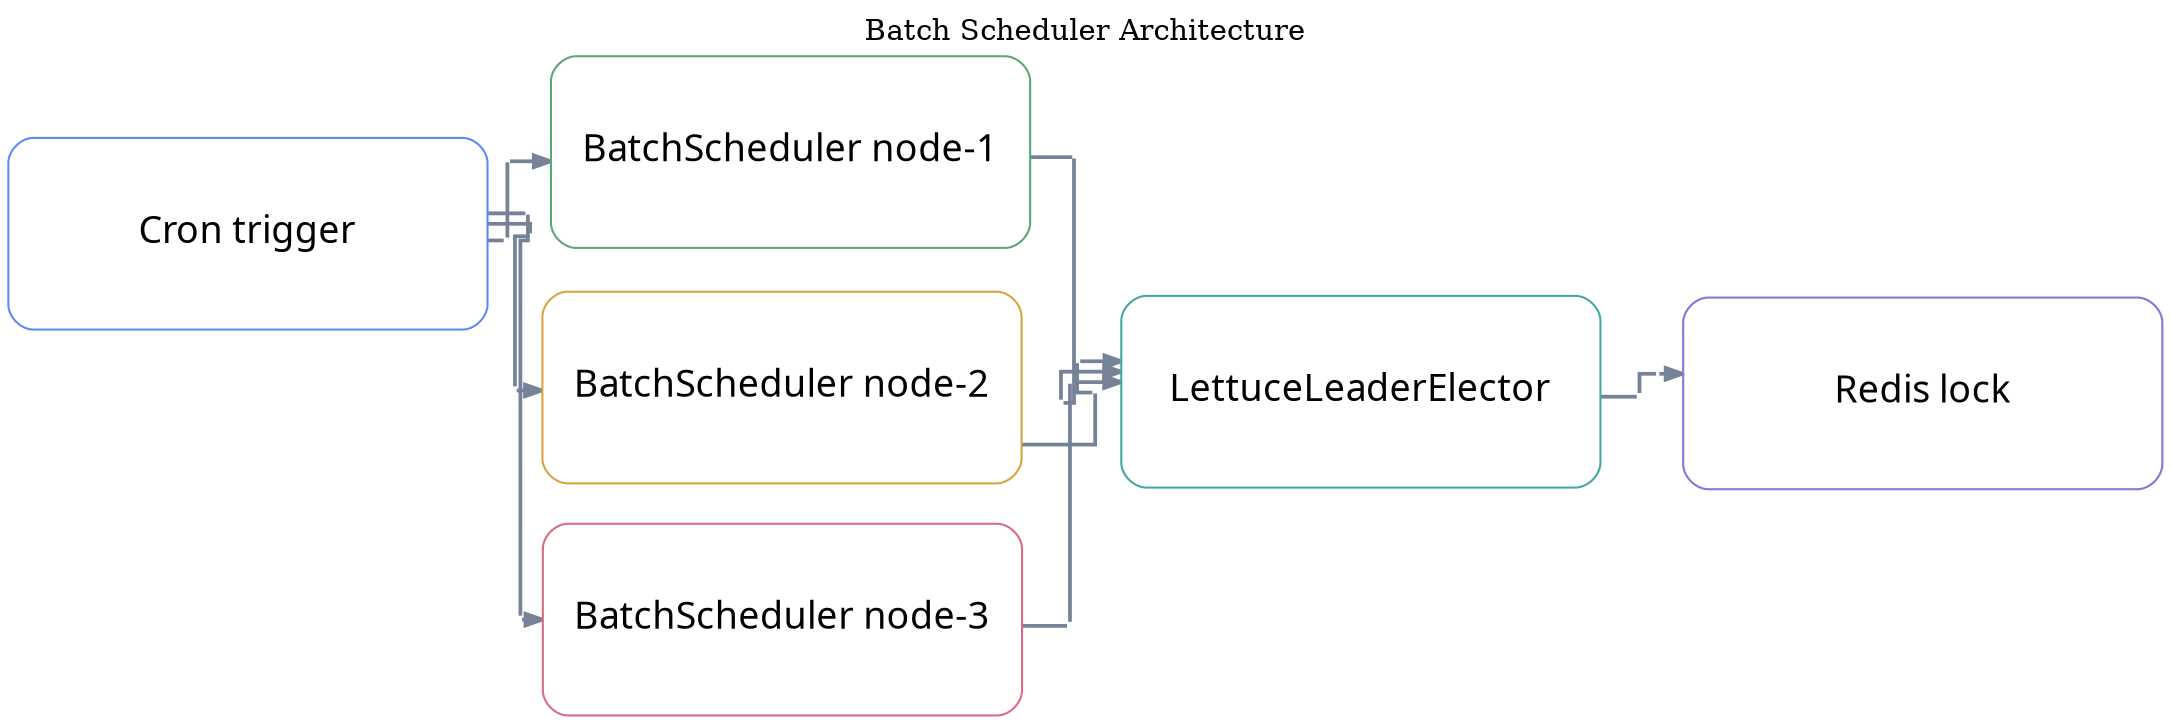
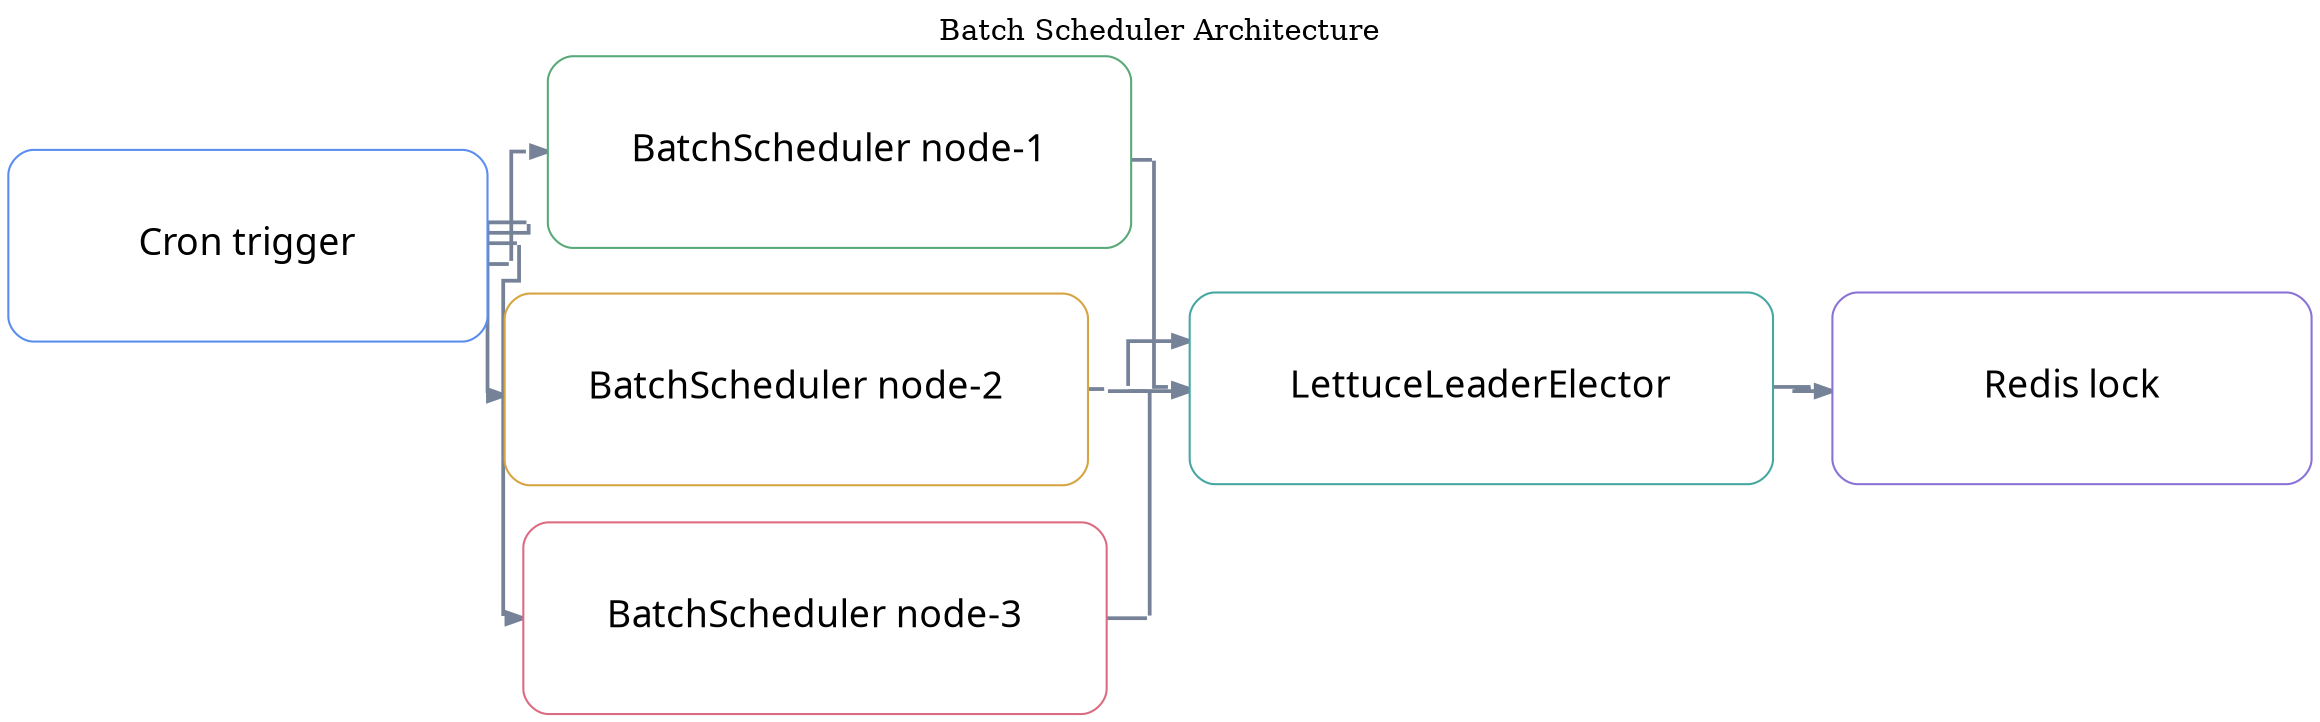
digraph "examples-batch-scheduler-architecture-01" {
  graph [layout=neato, rankdir=LR, splines=ortho, overlap=false, outputorder=edgesfirst, nodesep=0.55, ranksep=0.75, bgcolor="transparent", label="Batch Scheduler Architecture", labelloc=t];
  node [shape=box, style="rounded,filled", fontname="Architects Daughter", fontsize=18, margin="0.16,0.10"];
  edge [color="#758297", penwidth=1.8, arrowsize=0.8, fontname="Comic Mono", fontsize=10];
  n0 [label="Cron trigger", fillcolor="#ffffff", color="#5B8DEF", width=3.19, height=1.28, pos="185.00,484.00!"];
-   n1 [label="BatchScheduler node-1", fillcolor="#ffffff", color="#58A978", width=3.19, height=1.28, pos="455.00,524.00!"];
-   n2 [label="BatchScheduler node-2", fillcolor="#ffffff", color="#D6A441", width=3.19, height=1.28, pos="455.00,404.00!"];
-   n3 [label="BatchScheduler node-3", fillcolor="#ffffff", color="#DC6B82", width=3.19, height=1.28, pos="455.00,284.00!"];
-   n4 [label="LettuceLeaderElector", fillcolor="#ffffff", color="#45A7A1", width=3.19, height=1.28, pos="755.00,404.00!"];
-   n5 [label="Redis lock", fillcolor="#ffffff", color="#8A72D6", width=3.19, height=1.28, pos="1045.00,404.00!"];
-   r1p1 [label="", shape=point, width=0.03, height=0.03, fixedsize=true, style=invis, pos="320.00,484.00!"];
-   r1p2 [label="", shape=point, width=0.03, height=0.03, fixedsize=true, style=invis, pos="320.00,524.00!"];
+   n1 [label="BatchScheduler node-1", fillcolor="#ffffff", color="#58A978", width=3.89, height=1.28, pos="470.00,524.00!"];
+   n2 [label="BatchScheduler node-2", fillcolor="#ffffff", color="#D6A441", width=3.89, height=1.28, pos="470.00,404.00!"];
+   n3 [label="BatchScheduler node-3", fillcolor="#ffffff", color="#DC6B82", width=3.89, height=1.28, pos="470.00,284.00!"];
+   n4 [label="LettuceLeaderElector", fillcolor="#ffffff", color="#45A7A1", width=3.89, height=1.28, pos="810.00,404.00!"];
+   n5 [label="Redis lock", fillcolor="#ffffff", color="#8A72D6", width=3.19, height=1.28, pos="1105.00,404.00!"];
+   r1p1 [label="", shape=point, width=0.03, height=0.03, fixedsize=true, style=invis, pos="315.00,484.00!"];
+   r1p2 [label="", shape=point, width=0.03, height=0.03, fixedsize=true, style=invis, pos="315.00,524.00!"];
  n0 -> r1p1 [arrowhead=none];
  r1p1 -> r1p2 [arrowhead=none];
  r1p2 -> n1 [];
-   r2p1 [label="", shape=point, width=0.03, height=0.03, fixedsize=true, style=invis, pos="320.00,484.00!"];
-   r2p2 [label="", shape=point, width=0.03, height=0.03, fixedsize=true, style=invis, pos="320.00,404.00!"];
+   r2p1 [label="", shape=point, width=0.03, height=0.03, fixedsize=true, style=invis, pos="315.00,484.00!"];
+   r2p2 [label="", shape=point, width=0.03, height=0.03, fixedsize=true, style=invis, pos="315.00,404.00!"];
  n0 -> r2p1 [arrowhead=none];
  r2p1 -> r2p2 [arrowhead=none];
  r2p2 -> n2 [];
-   r3p1 [label="", shape=point, width=0.03, height=0.03, fixedsize=true, style=invis, pos="320.00,484.00!"];
-   r3p2 [label="", shape=point, width=0.03, height=0.03, fixedsize=true, style=invis, pos="320.00,284.00!"];
+   r3p1 [label="", shape=point, width=0.03, height=0.03, fixedsize=true, style=invis, pos="315.00,484.00!"];
+   r3p2 [label="", shape=point, width=0.03, height=0.03, fixedsize=true, style=invis, pos="315.00,284.00!"];
  n0 -> r3p1 [arrowhead=none];
  r3p1 -> r3p2 [arrowhead=none];
  r3p2 -> n3 [];
-   r4p1 [label="", shape=point, width=0.03, height=0.03, fixedsize=true, style=invis, pos="605.00,524.00!"];
-   r4p2 [label="", shape=point, width=0.03, height=0.03, fixedsize=true, style=invis, pos="605.00,404.00!"];
+   r4p1 [label="", shape=point, width=0.03, height=0.03, fixedsize=true, style=invis, pos="640.00,524.00!"];
+   r4p2 [label="", shape=point, width=0.03, height=0.03, fixedsize=true, style=invis, pos="640.00,404.00!"];
  n1 -> r4p1 [arrowhead=none];
  r4p1 -> r4p2 [arrowhead=none];
  r4p2 -> n4 [];
-   r5p1 [label="", shape=point, width=0.03, height=0.03, fixedsize=true, style=invis, pos="605.00,404.00!"];
-   r5p2 [label="", shape=point, width=0.03, height=0.03, fixedsize=true, style=invis, pos="605.00,404.00!"];
+   r5p1 [label="", shape=point, width=0.03, height=0.03, fixedsize=true, style=invis, pos="640.00,404.00!"];
+   r5p2 [label="", shape=point, width=0.03, height=0.03, fixedsize=true, style=invis, pos="640.00,404.00!"];
  n2 -> r5p1 [arrowhead=none];
  r5p1 -> r5p2 [arrowhead=none];
  r5p2 -> n4 [];
-   r6p1 [label="", shape=point, width=0.03, height=0.03, fixedsize=true, style=invis, pos="605.00,284.00!"];
-   r6p2 [label="", shape=point, width=0.03, height=0.03, fixedsize=true, style=invis, pos="605.00,404.00!"];
+   r6p1 [label="", shape=point, width=0.03, height=0.03, fixedsize=true, style=invis, pos="640.00,284.00!"];
+   r6p2 [label="", shape=point, width=0.03, height=0.03, fixedsize=true, style=invis, pos="640.00,404.00!"];
  n3 -> r6p1 [arrowhead=none];
  r6p1 -> r6p2 [arrowhead=none];
  r6p2 -> n4 [];
-   r7p1 [label="", shape=point, width=0.03, height=0.03, fixedsize=true, style=invis, pos="900.00,404.00!"];
-   r7p2 [label="", shape=point, width=0.03, height=0.03, fixedsize=true, style=invis, pos="900.00,404.00!"];
+   r7p1 [label="", shape=point, width=0.03, height=0.03, fixedsize=true, style=invis, pos="970.00,404.00!"];
+   r7p2 [label="", shape=point, width=0.03, height=0.03, fixedsize=true, style=invis, pos="970.00,404.00!"];
  n4 -> r7p1 [arrowhead=none];
  r7p1 -> r7p2 [arrowhead=none];
  r7p2 -> n5 [];
}
